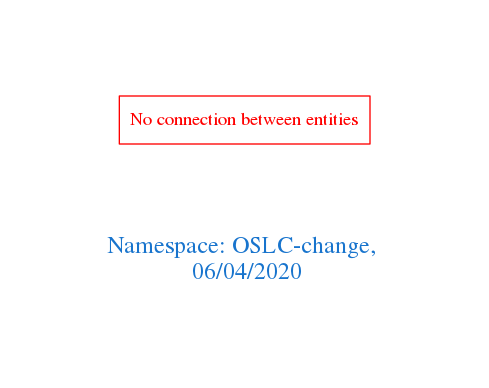
Above: downloads/OSLC-change.png in arago/OGIT (Graphviz), before the change. Its source is kept beside it as downloads/OSLC-change.dot. Source of this version:
```dot
digraph OGIT_ontology {
 graph [ rankdir= LR,pad=1
fontsize = 18,
fontcolor= dodgerblue3,label = "\n\n\nNamespace: OSLC-change, \n 06/04/2020"];
node[shape=polygon];
edge [  color="gray81"];

"No connection between entities" [fontcolor = "red",color="red", shape="polygon"]
}
```
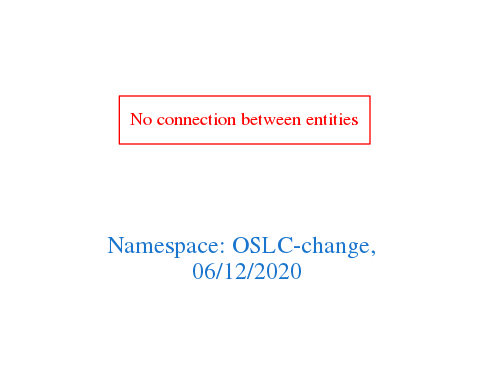
Above is the later version.

What changed in the source:
```diff
@@ -1,7 +1,7 @@
 digraph OGIT_ontology {
  graph [ rankdir= LR,pad=1
 fontsize = 18,
-fontcolor= dodgerblue3,label = "\n\n\nNamespace: OSLC-change, \n 06/04/2020"];
+fontcolor= dodgerblue3,label = "\n\n\nNamespace: OSLC-change, \n 06/12/2020"];
 node[shape=polygon];
 edge [  color="gray81"];
 
```
